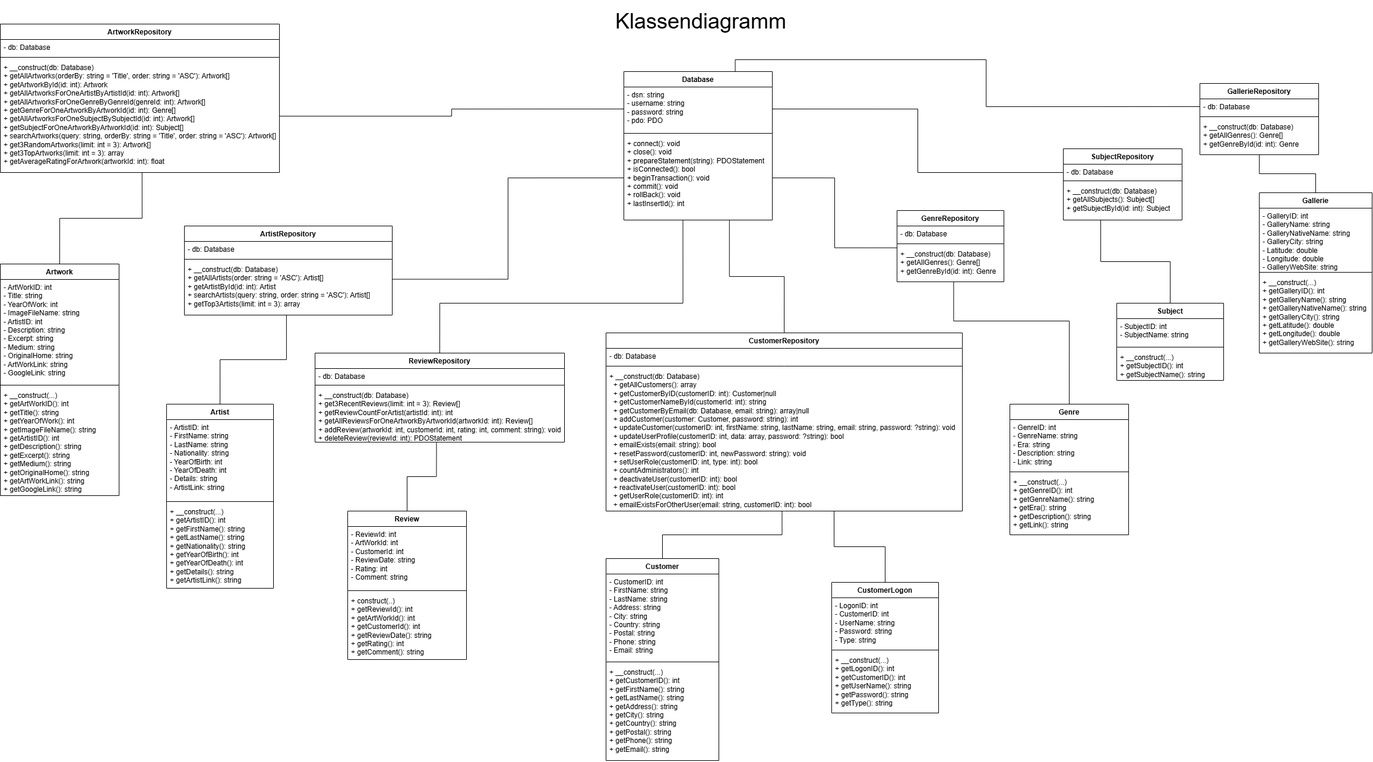
Above: Übersicht/Klassendiagramm.drawio.png in enricowlk/arts-gallery (draw.io), before the change. Source tidied: cells renumbered, new cells last; positions are measured from the earlier drawing's top-left corner, leaving out a move shared by most shapes.
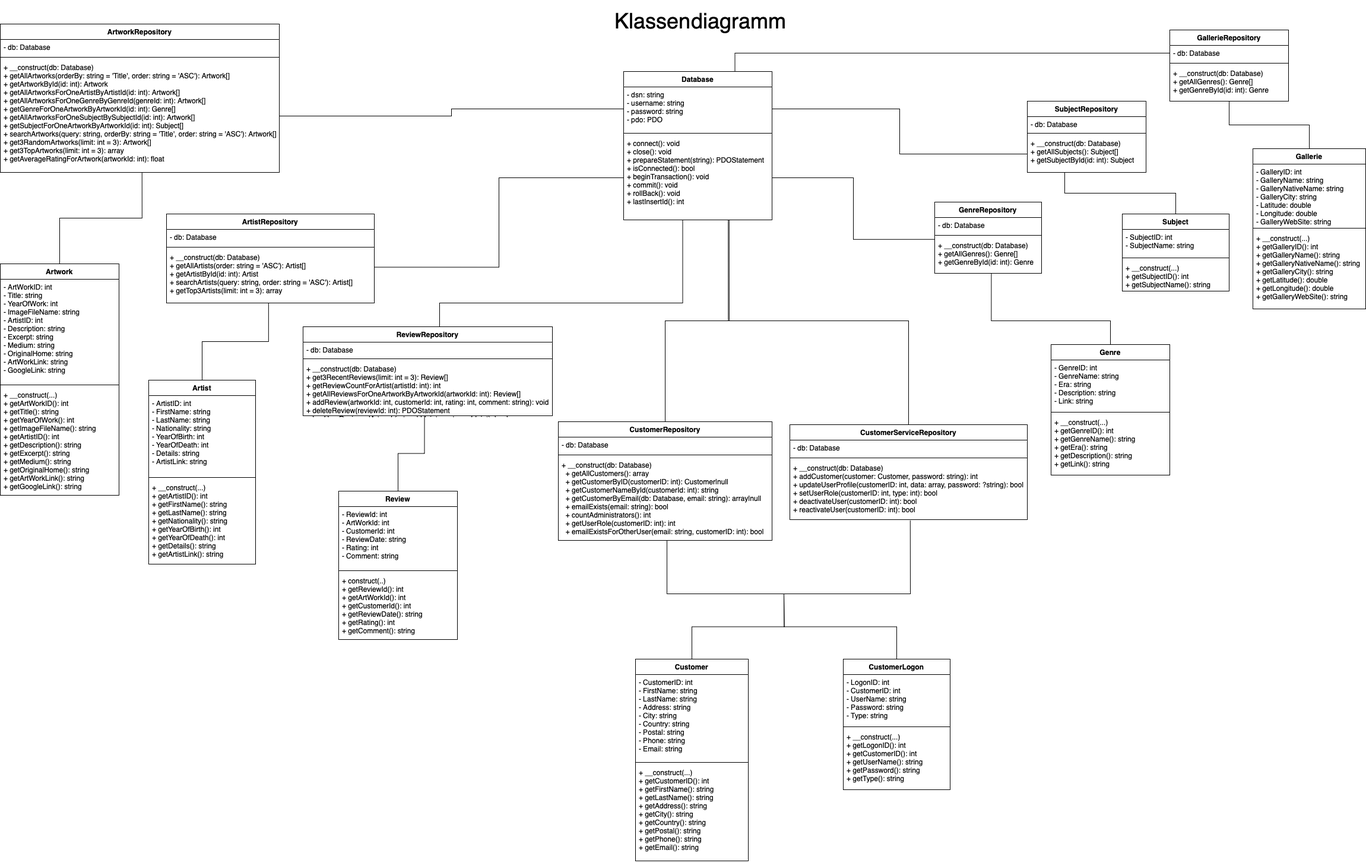
Above is the later version.

What changed in the source:
```diff
@@ -11,3 +11,3 @@
     <mxCell id="4" value="Artist" style="swimlane;fontStyle=1;align=center;verticalAlign=top;horizontal=1;startSize=26;whiteSpace=wrap;html=1;" parent="1" vertex="1">
-      <mxGeometry x="280" y="680" width="180" height="310" as="geometry" />
+      <mxGeometry x="250" y="640" width="180" height="310" as="geometry" />
     </mxCell>
@@ -35,3 +35,3 @@
     <mxCell id="12" value="Review" style="swimlane;fontStyle=1;align=center;verticalAlign=top;horizontal=1;startSize=26;whiteSpace=wrap;html=1;" parent="1" vertex="1">
-      <mxGeometry x="585" y="860" width="200" height="250" as="geometry" />
+      <mxGeometry x="570" y="827" width="200" height="250" as="geometry" />
     </mxCell>
@@ -46,4 +46,9 @@
     </mxCell>
+    <mxCell id="83" style="edgeStyle=orthogonalEdgeStyle;rounded=0;jettySize=auto;html=1;exitX=0.5;exitY=0;exitDx=0;exitDy=0;endArrow=none;startFill=0;" parent="1" edge="1" source="16">
+      <mxGeometry relative="1" as="geometry">
+        <mxPoint x="1320" y="1000" as="targetPoint" />
+      </mxGeometry>
+    </mxCell>
     <mxCell id="16" value="Customer" style="swimlane;fontStyle=1;align=center;verticalAlign=top;horizontal=1;startSize=26;whiteSpace=wrap;html=1;" parent="1" vertex="1">
-      <mxGeometry x="1020" y="940" width="190" height="340" as="geometry" />
+      <mxGeometry x="1070" y="1110" width="190" height="340" as="geometry" />
     </mxCell>
@@ -58,4 +63,9 @@
     </mxCell>
+    <mxCell id="84" style="edgeStyle=orthogonalEdgeStyle;rounded=0;jettySize=auto;html=1;exitX=0.5;exitY=0;exitDx=0;exitDy=0;endArrow=none;startFill=0;" parent="1" edge="1" source="20">
+      <mxGeometry relative="1" as="geometry">
+        <mxPoint x="1320" y="1000" as="targetPoint" />
+      </mxGeometry>
+    </mxCell>
     <mxCell id="20" value="CustomerLogon" style="swimlane;fontStyle=1;align=center;verticalAlign=top;horizontal=1;startSize=26;whiteSpace=wrap;html=1;" parent="1" vertex="1">
-      <mxGeometry x="1400" y="980" width="180" height="220" as="geometry" />
+      <mxGeometry x="1420" y="1110" width="180" height="220" as="geometry" />
     </mxCell>
@@ -71,3 +81,3 @@
     <mxCell id="24" value="Genre" style="swimlane;fontStyle=1;align=center;verticalAlign=top;horizontal=1;startSize=26;whiteSpace=wrap;html=1;" parent="1" vertex="1">
-      <mxGeometry x="1700" y="680" width="200" height="220" as="geometry" />
+      <mxGeometry x="1770" y="580" width="200" height="220" as="geometry" />
     </mxCell>
@@ -86,3 +96,3 @@
     <mxCell id="29" value="Subject" style="swimlane;fontStyle=1;align=center;verticalAlign=top;horizontal=1;startSize=26;whiteSpace=wrap;html=1;" parent="1" vertex="1">
-      <mxGeometry x="1880" y="510" width="180" height="130" as="geometry" />
+      <mxGeometry x="1890" y="360" width="180" height="130" as="geometry" />
     </mxCell>
@@ -98,3 +108,3 @@
     <mxCell id="33" value="ArtistRepository" style="swimlane;fontStyle=1;align=center;verticalAlign=top;horizontal=1;startSize=26;whiteSpace=wrap;html=1;" parent="1" vertex="1">
-      <mxGeometry x="310" y="380" width="350" height="150" as="geometry" />
+      <mxGeometry x="280" y="360" width="350" height="150" as="geometry" />
     </mxCell>
@@ -122,3 +132,3 @@
     <mxCell id="41" value="ReviewRepository" style="swimlane;fontStyle=1;align=center;verticalAlign=top;horizontal=1;startSize=26;whiteSpace=wrap;html=1;" parent="1" vertex="1">
-      <mxGeometry x="530" y="594" width="420" height="150" as="geometry" />
+      <mxGeometry x="510" y="550" width="420" height="150" as="geometry" />
     </mxCell>
@@ -149,15 +159,15 @@
     <mxCell id="50" value="CustomerRepository" style="swimlane;fontStyle=1;align=center;verticalAlign=top;horizontal=1;startSize=26;whiteSpace=wrap;html=1;" parent="1" vertex="1">
-      <mxGeometry x="1020" y="560" width="600" height="300" as="geometry" />
+      <mxGeometry x="940" y="710" width="360" height="200" as="geometry" />
     </mxCell>
     <mxCell id="51" value="- db: Database" style="text;strokeColor=none;fillColor=none;align=left;verticalAlign=top;spacingLeft=4;spacingRight=4;overflow=hidden;whiteSpace=wrap;html=1;" parent="50" vertex="1">
-      <mxGeometry y="26" width="600" height="26" as="geometry" />
+      <mxGeometry y="26" width="360" height="26" as="geometry" />
     </mxCell>
     <mxCell id="52" style="line;strokeWidth=1;fillColor=none;align=left;verticalAlign=middle;spacingTop=-1;spacingLeft=3;spacingRight=3;labelPosition=right;strokeColor=inherit;" parent="50" vertex="1">
-      <mxGeometry y="52" width="600" height="8" as="geometry" />
+      <mxGeometry y="52" width="360" height="8" as="geometry" />
     </mxCell>
-    <mxCell id="53" value="&lt;div&gt;+ __construct(db: Database)&lt;/div&gt;&lt;div&gt;&amp;nbsp; + getAllCustomers(): array&lt;/div&gt;&lt;div&gt;&amp;nbsp; + getCustomerByID(customerID: int): Customer|null&lt;/div&gt;&lt;div&gt;&amp;nbsp; + getCustomerNameById(customerId: int): string&lt;/div&gt;&lt;div&gt;&amp;nbsp; + getCustomerByEmail(db: Database, email: string): array|null&lt;/div&gt;&lt;div&gt;&amp;nbsp; + addCustomer(customer: Customer, password: string): int&lt;/div&gt;&lt;div&gt;&amp;nbsp; + updateCustomer(customerID: int, firstName: string, lastName: string, email: string, password: ?string): void&lt;/div&gt;&lt;div&gt;&amp;nbsp; + updateUserProfile(customerID: int, data: array, password: ?string): bool&lt;/div&gt;&lt;div&gt;&amp;nbsp; + emailExists(email: string): bool&lt;/div&gt;&lt;div&gt;&amp;nbsp; + resetPassword(customerID: int, newPassword: string): void&lt;/div&gt;&lt;div&gt;&amp;nbsp; + setUserRole(customerID: int, type: int): bool&lt;/div&gt;&lt;div&gt;&amp;nbsp; + countAdministrators(): int&lt;/div&gt;&lt;div&gt;&amp;nbsp; + deactivateUser(customerID: int): bool&lt;/div&gt;&lt;div&gt;&amp;nbsp; + reactivateUser(customerID: int): bool&lt;/div&gt;&lt;div&gt;&amp;nbsp; + getUserRole(customerID: int): int&lt;/div&gt;&lt;div&gt;&amp;nbsp; + emailExistsForOtherUser(email: string, customerID: int): bool&lt;/div&gt;" style="text;strokeColor=none;fillColor=none;align=left;verticalAlign=top;spacingLeft=4;spacingRight=4;overflow=hidden;points=[[0,0.5],[1,0.5]];portConstraint=eastwest;whiteSpace=wrap;html=1;" parent="50" vertex="1">
-      <mxGeometry y="60" width="600" height="240" as="geometry" />
+    <mxCell id="53" value="&lt;div&gt;+ __construct(db: Database)&lt;/div&gt;&lt;div&gt;&amp;nbsp; + getAllCustomers(): array&lt;/div&gt;&lt;div&gt;&amp;nbsp; + getCustomerByID(customerID: int): Customer|null&lt;/div&gt;&lt;div&gt;&amp;nbsp; + getCustomerNameById(customerId: int): string&lt;/div&gt;&lt;div&gt;&amp;nbsp; + getCustomerByEmail(db: Database, email: string): array|null&lt;/div&gt;&lt;div&gt;&amp;nbsp; + emailExists(email: string): bool&lt;br&gt;&lt;/div&gt;&lt;div&gt;&amp;nbsp; + countAdministrators(): int&lt;br&gt;&lt;/div&gt;&lt;div&gt;&amp;nbsp; + getUserRole(customerID: int): int&lt;br&gt;&lt;/div&gt;&lt;div&gt;&amp;nbsp; + emailExistsForOtherUser(email: string, customerID: int): bool&lt;/div&gt;" style="text;strokeColor=none;fillColor=none;align=left;verticalAlign=top;spacingLeft=4;spacingRight=4;overflow=hidden;points=[[0,0.5],[1,0.5]];portConstraint=eastwest;whiteSpace=wrap;html=1;" parent="50" vertex="1">
+      <mxGeometry y="60" width="360" height="140" as="geometry" />
     </mxCell>
     <mxCell id="54" value="GenreRepository" style="swimlane;fontStyle=1;align=center;verticalAlign=top;horizontal=1;startSize=26;whiteSpace=wrap;html=1;" parent="1" vertex="1">
-      <mxGeometry x="1510" y="354" width="180" height="120" as="geometry" />
+      <mxGeometry x="1574" y="340" width="180" height="120" as="geometry" />
     </mxCell>
@@ -173,3 +183,3 @@
     <mxCell id="58" value="SubjectRepository" style="swimlane;fontStyle=1;align=center;verticalAlign=top;horizontal=1;startSize=26;whiteSpace=wrap;html=1;" parent="1" vertex="1">
-      <mxGeometry x="1790" y="250" width="200" height="120" as="geometry" />
+      <mxGeometry x="1730" y="170" width="200" height="120" as="geometry" />
     </mxCell>
@@ -194,3 +204,8 @@
     <mxCell id="65" style="edgeStyle=orthogonalEdgeStyle;rounded=0;jettySize=auto;html=1;entryX=0.711;entryY=0.998;entryDx=0;entryDy=0;entryPerimeter=0;endArrow=none;startFill=0;exitX=0.5;exitY=0;exitDx=0;exitDy=0;" parent="1" edge="1" source="50" target="49">
-      <mxGeometry relative="1" as="geometry" />
+      <mxGeometry relative="1" as="geometry">
+        <Array as="points">
+          <mxPoint x="1120" y="540" />
+          <mxPoint x="1228" y="540" />
+        </Array>
+      </mxGeometry>
     </mxCell>
@@ -213,5 +228,2 @@
     </mxCell>
-    <mxCell id="70" style="edgeStyle=orthogonalEdgeStyle;rounded=0;jettySize=auto;html=1;exitX=0.5;exitY=0;exitDx=0;exitDy=0;entryX=0.494;entryY=1.002;entryDx=0;entryDy=0;entryPerimeter=0;endArrow=none;startFill=0;" parent="1" edge="1" source="16" target="53">
-      <mxGeometry relative="1" as="geometry" />
-    </mxCell>
     <mxCell id="71" style="edgeStyle=orthogonalEdgeStyle;rounded=0;jettySize=auto;html=1;exitX=0.5;exitY=0;exitDx=0;exitDy=0;entryX=0.53;entryY=0.995;entryDx=0;entryDy=0;entryPerimeter=0;endArrow=none;startFill=0;" parent="1" edge="1" source="24" target="57">
@@ -224,13 +236,4 @@
     </mxCell>
-    <mxCell id="72" style="rounded=0;jettySize=auto;html=1;exitX=1;exitY=0.5;exitDx=0;exitDy=0;endArrow=none;startFill=0;edgeStyle=orthogonalEdgeStyle;" parent="1" edge="1" source="47">
-      <mxGeometry relative="1" as="geometry">
-        <mxPoint x="1790" y="290" as="targetPoint" />
-        <Array as="points">
-          <mxPoint x="1545" y="183" />
-          <mxPoint x="1545" y="290" />
-        </Array>
-      </mxGeometry>
-    </mxCell>
     <mxCell id="73" value="GallerieRepository" style="swimlane;fontStyle=1;align=center;verticalAlign=top;horizontal=1;startSize=26;whiteSpace=wrap;html=1;" parent="1" vertex="1">
-      <mxGeometry x="2020" y="140" width="200" height="120" as="geometry" />
+      <mxGeometry x="1970" y="50" width="200" height="120" as="geometry" />
     </mxCell>
@@ -249,3 +252,3 @@
     <mxCell id="78" value="Gallerie" style="swimlane;fontStyle=1;align=center;verticalAlign=top;horizontal=1;startSize=26;whiteSpace=wrap;html=1;" parent="1" vertex="1">
-      <mxGeometry x="2120" y="324" width="190" height="270" as="geometry" />
+      <mxGeometry x="2110" y="250" width="190" height="270" as="geometry" />
     </mxCell>
@@ -260,5 +263,42 @@
     </mxCell>
-    <mxCell id="82" style="edgeStyle=orthogonalEdgeStyle;rounded=0;jettySize=auto;html=1;exitX=0.5;exitY=0;exitDx=0;exitDy=0;entryX=0.64;entryY=1.001;entryDx=0;entryDy=0;entryPerimeter=0;endArrow=none;endFill=1;strokeColor=default;curved=0;startFill=0;" parent="1" edge="1" source="20" target="53">
-      <mxGeometry relative="1" as="geometry" />
-    </mxCell>
+    <mxCell id="85" value="CustomerServiceRepository" style="swimlane;fontStyle=1;align=center;verticalAlign=top;horizontal=1;startSize=26;whiteSpace=wrap;html=1;" parent="1" vertex="1">
+      <mxGeometry x="1330" y="715" width="400" height="160" as="geometry" />
+    </mxCell>
+    <mxCell id="86" value="- db: Database" style="text;strokeColor=none;fillColor=none;align=left;verticalAlign=top;spacingLeft=4;spacingRight=4;overflow=hidden;whiteSpace=wrap;html=1;" parent="85" vertex="1">
+      <mxGeometry y="26" width="400" height="26" as="geometry" />
+    </mxCell>
+    <mxCell id="87" style="line;strokeWidth=1;fillColor=none;align=left;verticalAlign=middle;spacingTop=-1;spacingLeft=3;spacingRight=3;labelPosition=right;strokeColor=inherit;" parent="85" vertex="1">
+      <mxGeometry y="52" width="400" height="8" as="geometry" />
+    </mxCell>
+    <mxCell id="88" value="&lt;div&gt;+ __construct(db: Database)&lt;/div&gt;&lt;div&gt;+ addCustomer(customer: Customer, password: string): int&lt;/div&gt;&lt;div&gt;&lt;div&gt;+ updateUserProfile(customerID: int, data: array, password: ?string): bool&lt;br&gt;&lt;/div&gt;&lt;/div&gt;&lt;div&gt;&lt;div&gt;+ setUserRole(customerID: int, type: int): bool&lt;br&gt;&lt;/div&gt;&lt;/div&gt;&lt;div&gt;&lt;div&gt;+ deactivateUser(customerID: int): bool&lt;/div&gt;&lt;div&gt;+ reactivateUser(customerID: int): bool&lt;/div&gt;&lt;/div&gt;" style="text;strokeColor=none;fillColor=none;align=left;verticalAlign=top;spacingLeft=4;spacingRight=4;overflow=hidden;points=[[0,0.5],[1,0.5]];portConstraint=eastwest;whiteSpace=wrap;html=1;" parent="85" vertex="1">
+      <mxGeometry y="60" width="400" height="100" as="geometry" />
+    </mxCell>
+    <mxCell id="89" style="edgeStyle=orthogonalEdgeStyle;rounded=0;jettySize=auto;html=1;exitX=0;exitY=0.5;exitDx=0;exitDy=0;endArrow=none;startFill=0;" parent="1" edge="1" source="61" target="47">
+      <mxGeometry relative="1" as="geometry" />
+    </mxCell>
+    <mxCell id="90" style="edgeStyle=orthogonalEdgeStyle;rounded=0;jettySize=auto;html=1;exitX=0.5;exitY=0;exitDx=0;exitDy=0;entryX=0.705;entryY=0.998;entryDx=0;entryDy=0;entryPerimeter=0;endArrow=none;startFill=0;" parent="1" edge="1" source="85" target="49">
+      <mxGeometry relative="1" as="geometry">
+        <Array as="points">
+          <mxPoint x="1530" y="540" />
+          <mxPoint x="1226" y="540" />
+        </Array>
+      </mxGeometry>
+    </mxCell>
+    <mxCell id="91" style="endArrow=none;html=1;rounded=0;" parent="1" edge="1">
+      <mxGeometry relative="1" as="geometry">
+        <mxPoint x="1320" y="1000" as="sourcePoint" />
+        <mxPoint x="1123" y="910" as="targetPoint" />
+        <Array as="points">
+          <mxPoint x="1123" y="1000" />
+        </Array>
+      </mxGeometry>
+    </mxCell>
+    <mxCell id="92" style="endArrow=none;html=1;rounded=0;entryX=0.507;entryY=1.013;entryDx=0;entryDy=0;entryPerimeter=0;" parent="1" edge="1" target="88">
+      <mxGeometry relative="1" as="geometry">
+        <mxPoint x="1320" y="1000" as="sourcePoint" />
+        <Array as="points">
+          <mxPoint x="1533" y="1000" />
+        </Array>
+      </mxGeometry>
+    </mxCell>
   </root>
```
